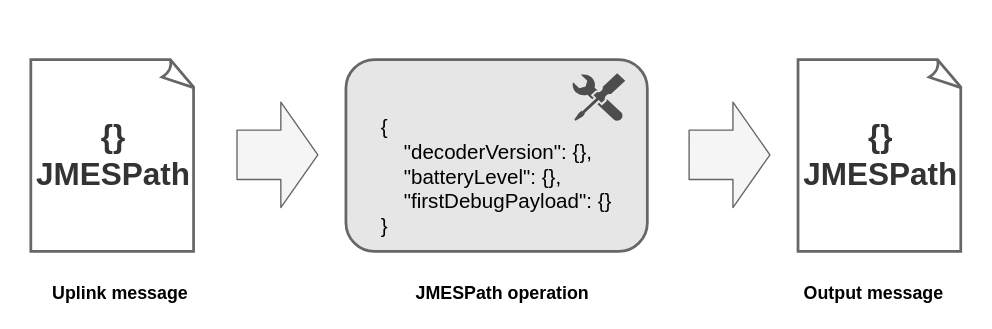
Above: docs/Processor/JMESPath/drawio/jmespath.drawio in actility/tpx-iot-flow-doc (draw.io), before the change. Source tidied: cells renumbered, new cells numbered last; positions are measured from the earlier drawing's top-left corner, leaving out a move shared by most shapes. Both pictures are drawn from the tidied source at 137%, with x=0, y=0 at pixel (23, 59).
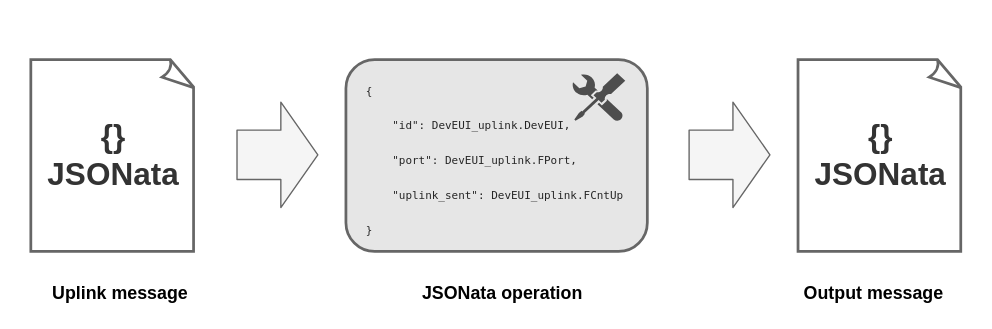
Above is the later version.

Commit message (it also covers changes not shown here):
Add JSLT & JSONata processors docs

Change to the diagram source:
```diff
@@
 <mxGraphModel>
   <root>
     <mxCell id="0" />
     <mxCell id="1" parent="0" />
     <mxCell id="2" style="whiteSpace=wrap;html=1;shape=mxgraph.basic.document;strokeWidth=2;strokeColor=#666666;" parent="1" vertex="1">
       <mxGeometry x="5" width="120" height="140" as="geometry" />
     </mxCell>
-    <mxCell id="3" value="&lt;font color=&quot;#333333&quot;&gt;&lt;b style=&quot;font-size: 23px&quot;&gt;{}&lt;/b&gt;&lt;br&gt;&lt;span style=&quot;font-size: 23px&quot;&gt;&lt;b&gt;JMESPath&lt;/b&gt;&lt;/span&gt;&lt;br&gt;&lt;/font&gt;" style="text;html=1;align=center;verticalAlign=middle;" parent="1" vertex="1">
-      <mxGeometry y="50" width="130" height="40" as="geometry" />
+    <mxCell id="3" value="&lt;font color=&quot;#333333&quot;&gt;&lt;b style=&quot;font-size: 23px&quot;&gt;{}&lt;/b&gt;&lt;br&gt;&lt;span style=&quot;font-size: 23px&quot;&gt;&lt;b&gt;JSONata&lt;/b&gt;&lt;/span&gt;&lt;br&gt;&lt;/font&gt;" style="text;html=1;align=center;verticalAlign=middle;" parent="1" vertex="1">
+      <mxGeometry x="10" y="50" width="110" height="40" as="geometry" />
     </mxCell>
     <mxCell id="4" value="&lt;b&gt;&lt;font style=&quot;font-size: 13px&quot;&gt;Uplink message&lt;/font&gt;&lt;/b&gt;" style="text;html=1;align=center;verticalAlign=middle;" parent="1" vertex="1">
       <mxGeometry x="15" y="160" width="110" height="20" as="geometry" />
     </mxCell>
     <mxCell id="5" style="rounded=1;whiteSpace=wrap;html=1;strokeWidth=2;strokeColor=#666666;fillColor=#E6E6E6;" parent="1" vertex="1">
       <mxGeometry x="235" width="220" height="140" as="geometry" />
     </mxCell>
-    <mxCell id="6" value="&lt;b&gt;&lt;font style=&quot;font-size: 13px&quot;&gt;JMESPath operation&lt;/font&gt;&lt;/b&gt;" style="text;html=1;align=center;verticalAlign=middle;" parent="1" vertex="1">
-      <mxGeometry x="278.9" y="160" width="140" height="20" as="geometry" />
+    <mxCell id="6" value="&lt;b&gt;&lt;font style=&quot;font-size: 13px&quot;&gt;JSONata operation&lt;/font&gt;&lt;/b&gt;" style="text;html=1;align=center;verticalAlign=middle;" parent="1" vertex="1">
+      <mxGeometry x="283.9" y="160" width="130" height="20" as="geometry" />
     </mxCell>
     <mxCell id="7" style="shadow=0;dashed=0;html=1;strokeColor=none;labelPosition=center;verticalLabelPosition=bottom;verticalAlign=top;align=center;shape=mxgraph.mscae.enterprise.tool;fillColor=#4D4D4D;" parent="1" vertex="1">
       <mxGeometry x="400" y="10" width="38.9" height="35" as="geometry" />
     </mxCell>
-    <mxCell id="8" value="&lt;font style=&quot;font-size: 15px&quot;&gt;{&lt;br&gt;&amp;nbsp; &amp;nbsp; &quot;decoderVersion&quot;: {}, &lt;br&gt;&amp;nbsp; &amp;nbsp; &quot;batteryLevel&quot;: {}, &lt;br&gt;&amp;nbsp; &amp;nbsp; &quot;firstDebugPayload&quot;: {} &lt;br&gt;}&lt;/font&gt;" style="text;html=1;align=left;verticalAlign=middle;" parent="1" vertex="1">
-      <mxGeometry x="258.9" y="45" width="180" height="80" as="geometry" />
+    <mxCell id="8" value="&lt;pre style=&quot;background: transparent; font-family: Consolas, Monaco, &amp;quot;Andale Mono&amp;quot;, &amp;quot;Ubuntu Mono&amp;quot;, monospace; font-size: 8px; word-break: normal; overflow-wrap: normal; line-height: 1.4; tab-size: 4; hyphens: none; padding: 1.25rem 1.5rem; margin-top: 0.85rem; margin-bottom: 0.85rem; overflow: auto; border-radius: 6px; position: relative; z-index: 1;&quot; class=&quot;language-json&quot;&gt;&lt;code style=&quot;font-family: source-code-pro, Menlo, Monaco, Consolas, &amp;quot;Courier New&amp;quot;, monospace; padding: 0px; margin: 0px; font-size: 8px; background-color: transparent; line-height: 1.6rem; border-radius: 0px;&quot;&gt;&lt;font color=&quot;#262626&quot; style=&quot;font-size: 8px;&quot;&gt;&lt;span style=&quot;font-size: 8px;&quot; class=&quot;token punctuation&quot;&gt;{&lt;/span&gt;&lt;br style=&quot;font-size: 8px;&quot;&gt;    &lt;span style=&quot;font-size: 8px;&quot; class=&quot;token property&quot;&gt;&quot;id&quot;&lt;/span&gt;&lt;span style=&quot;font-size: 8px;&quot; class=&quot;token operator&quot;&gt;:&lt;/span&gt; DevEUI_uplink.DevEUI&lt;span style=&quot;font-size: 8px;&quot; class=&quot;token punctuation&quot;&gt;,&lt;/span&gt;&lt;br style=&quot;font-size: 8px;&quot;&gt;    &lt;span style=&quot;font-size: 8px;&quot; class=&quot;token property&quot;&gt;&quot;port&quot;&lt;/span&gt;&lt;span style=&quot;font-size: 8px;&quot; class=&quot;token operator&quot;&gt;:&lt;/span&gt; DevEUI_uplink.FPort&lt;span style=&quot;font-size: 8px;&quot; class=&quot;token punctuation&quot;&gt;,&lt;/span&gt;&lt;br style=&quot;font-size: 8px;&quot;&gt;    &lt;span style=&quot;font-size: 8px;&quot; class=&quot;token property&quot;&gt;&quot;uplink_sent&quot;&lt;/span&gt;&lt;span style=&quot;font-size: 8px;&quot; class=&quot;token operator&quot;&gt;:&lt;/span&gt; DevEUI_uplink.FCntUp&lt;br style=&quot;font-size: 8px;&quot;&gt;&lt;span style=&quot;font-size: 8px;&quot; class=&quot;token punctuation&quot;&gt;}&lt;/span&gt;&lt;/font&gt;&lt;/code&gt;&lt;/pre&gt;" style="text;html=1;align=left;verticalAlign=middle;fontSize=8;" parent="1" vertex="1">
+      <mxGeometry x="223.9" y="-26" width="250" height="200" as="geometry" />
     </mxCell>
     <mxCell id="9" style="shape=flexArrow;endArrow=classic;html=1;endWidth=40;endSize=8.67;width=36;fillColor=#f5f5f5;strokeColor=#666666;" parent="1" edge="1">
       <mxGeometry relative="1" as="geometry">
         <mxPoint x="485" y="69.5" as="sourcePoint" />
         <mxPoint x="545" y="69.5" as="targetPoint" />
       </mxGeometry>
     </mxCell>
     <mxCell id="10" style="whiteSpace=wrap;html=1;shape=mxgraph.basic.document;strokeWidth=2;strokeColor=#666666;" parent="1" vertex="1">
       <mxGeometry x="565" width="120" height="140" as="geometry" />
     </mxCell>
-    <mxCell id="11" value="&lt;font color=&quot;#333333&quot;&gt;&lt;b style=&quot;font-size: 23px&quot;&gt;{}&lt;/b&gt;&lt;br&gt;&lt;span style=&quot;font-size: 23px&quot;&gt;&lt;b&gt;JMESPath&lt;/b&gt;&lt;/span&gt;&lt;br&gt;&lt;/font&gt;" style="text;html=1;align=center;verticalAlign=middle;" parent="1" vertex="1">
-      <mxGeometry x="560" y="50" width="130" height="40" as="geometry" />
+    <mxCell id="11" value="&lt;font color=&quot;#333333&quot;&gt;&lt;b style=&quot;font-size: 23px&quot;&gt;{}&lt;/b&gt;&lt;br&gt;&lt;span style=&quot;font-size: 23px&quot;&gt;&lt;b&gt;JSONata&lt;/b&gt;&lt;/span&gt;&lt;br&gt;&lt;/font&gt;" style="text;html=1;align=center;verticalAlign=middle;" parent="1" vertex="1">
+      <mxGeometry x="570" y="50" width="110" height="40" as="geometry" />
     </mxCell>
     <mxCell id="12" value="&lt;b&gt;&lt;font style=&quot;font-size: 13px&quot;&gt;Output message&lt;/font&gt;&lt;/b&gt;" style="text;html=1;align=center;verticalAlign=middle;" parent="1" vertex="1">
       <mxGeometry x="560" y="160" width="120" height="20" as="geometry" />
     </mxCell>
     <mxCell id="13" style="shape=flexArrow;endArrow=classic;html=1;endWidth=40;endSize=8.67;width=36;fillColor=#f5f5f5;strokeColor=#666666;" parent="1" edge="1">
       <mxGeometry relative="1" as="geometry">
         <mxPoint x="155" y="69.5" as="sourcePoint" />
         <mxPoint x="215" y="69.5" as="targetPoint" />
       </mxGeometry>
     </mxCell>
   </root>
 </mxGraphModel>
```
